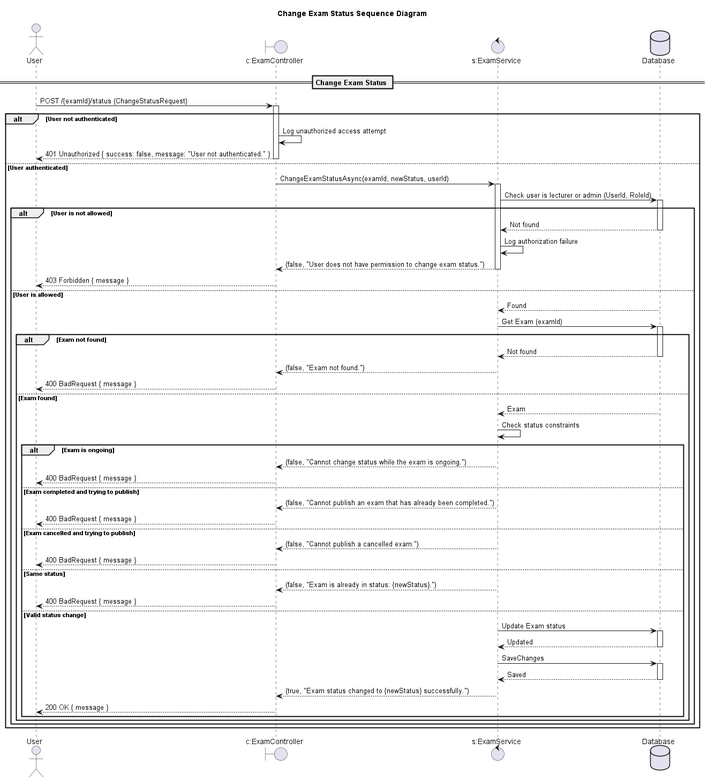
This is design/out/changeexamstatussequencediagram/changeexamstatussequencediagram.png from conghoan1211/AI-Kiosk-Testing-system, a PlantUML export, as it was before one commit. The source it was exported from:
```plantuml
@startuml

title Change Exam Status Sequence Diagram

actor "User" as Client
boundary "c:ExamController" as Controller
control "s:ExamService" as Service
database "Database" as DB

== Change Exam Status ==

Client -> Controller: POST /{examId}/status (ChangeStatusRequest)
activate Controller

alt User not authenticated
    Controller -> Controller: Log unauthorized access attempt
    Controller --> Client: 401 Unauthorized { success: false, message: "User not authenticated." }
    deactivate Controller
else User authenticated
    Controller -> Service: ChangeExamStatusAsync(examId, newStatus, userId)
    activate Service

    Service -> DB: Check user is lecturer or admin (UserId, RoleId)
    activate DB
    alt User is not allowed
        DB --> Service: Not found
        deactivate DB
        Service -> Service: Log authorization failure
        Service --> Controller: (false, "User does not have permission to change exam status.")
        deactivate Service
        Controller --> Client: 403 Forbidden { message }
        deactivate Controller
    else User is allowed
        DB --> Service: Found
        deactivate DB

        Service -> DB: Get Exam (examId)
        activate DB
        alt Exam not found
            DB --> Service: Not found
            deactivate DB
            Service --> Controller: (false, "Exam not found.")
            deactivate Service
            Controller --> Client: 400 BadRequest { message }
            deactivate Controller
        else Exam found
            DB --> Service: Exam
            deactivate DB

            Service -> Service: Check status constraints
            alt Exam is ongoing
                Service --> Controller: (false, "Cannot change status while the exam is ongoing.")
                deactivate Service
                Controller --> Client: 400 BadRequest { message }
                deactivate Controller
            else Exam completed and trying to publish
                Service --> Controller: (false, "Cannot publish an exam that has already been completed.")
                deactivate Service
                Controller --> Client: 400 BadRequest { message }
                deactivate Controller
            else Exam cancelled and trying to publish
                Service --> Controller: (false, "Cannot publish a cancelled exam.")
                deactivate Service
                Controller --> Client: 400 BadRequest { message }
                deactivate Controller
            else Same status
                Service --> Controller: (false, "Exam is already in status: {newStatus}.")
                deactivate Service
                Controller --> Client: 400 BadRequest { message }
                deactivate Controller
            else Valid status change
                Service -> DB: Update Exam status
                activate DB
                DB --> Service: Updated
                deactivate DB
                Service -> DB: SaveChanges
                activate DB
                DB --> Service: Saved
                deactivate DB
                Service --> Controller: (true, "Exam status changed to {newStatus} successfully.")
                deactivate Service
                Controller --> Client: 200 OK { message }
                deactivate Controller
            end alt
        end alt
    end alt
end alt

@enduml
```
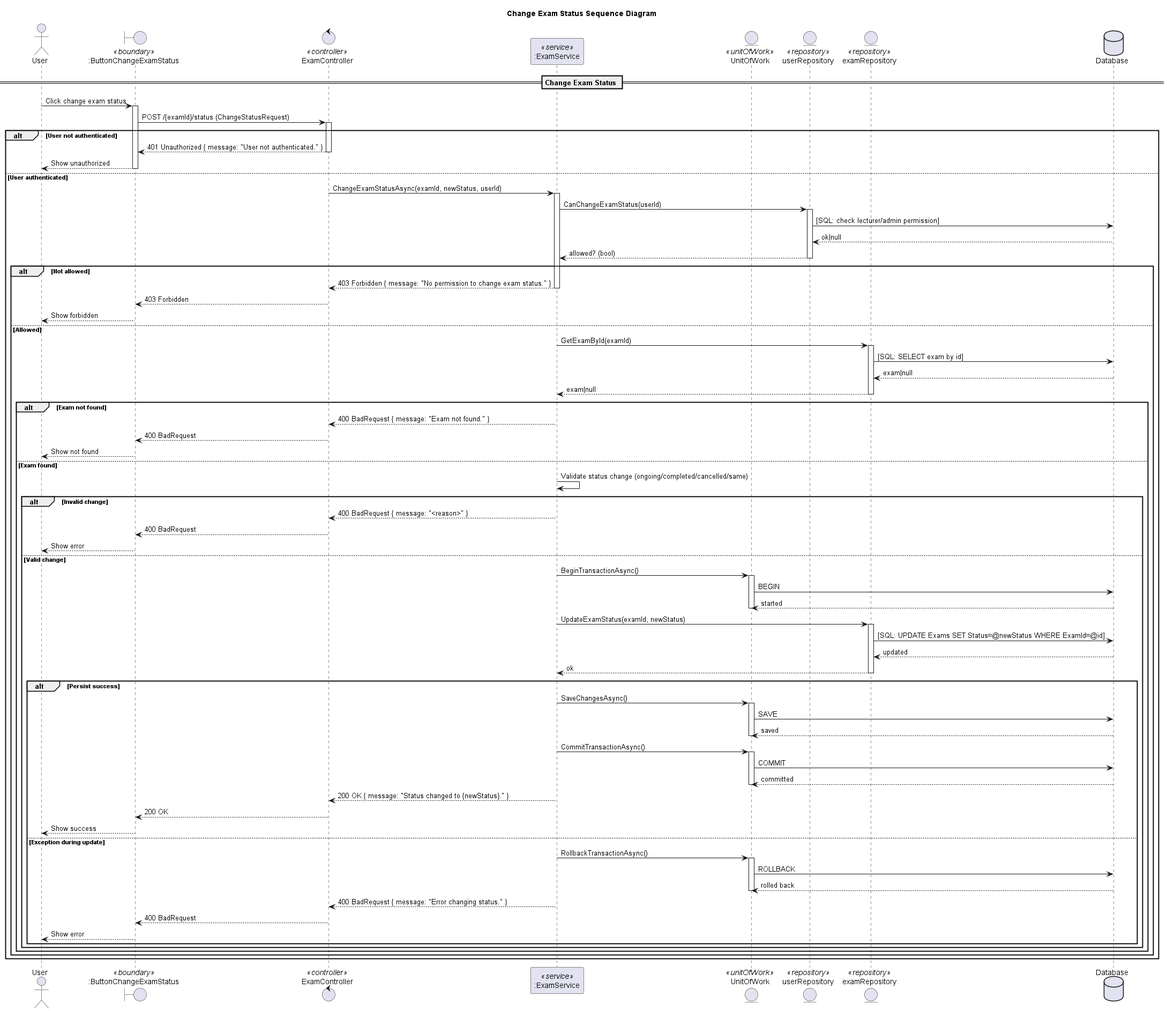
After the change.

Diff of the diagram source:
```diff
@@ -1,89 +1,121 @@
 @startuml
-
 title Change Exam Status Sequence Diagram
 
 actor "User" as Client
-boundary "c:ExamController" as Controller
-control "s:ExamService" as Service
+boundary ":ButtonChangeExamStatus" as UI <<boundary>>
+control "ExamController" as Controller <<controller>>
+participant ":ExamService" as Service <<service>>
+entity "UnitOfWork" as UoW <<unitOfWork>>
+
+entity "userRepository" as UserRepo <<repository>>
+entity "examRepository" as ExamRepo <<repository>>
+
 database "Database" as DB
 
 == Change Exam Status ==
 
-Client -> Controller: POST /{examId}/status (ChangeStatusRequest)
+Client -> UI: Click change exam status
+activate UI
+UI -> Controller: POST /{examId}/status (ChangeStatusRequest)
 activate Controller
 
 alt User not authenticated
-    Controller -> Controller: Log unauthorized access attempt
-    Controller --> Client: 401 Unauthorized { success: false, message: "User not authenticated." }
+  Controller --> UI: 401 Unauthorized { message: "User not authenticated." }
+  deactivate Controller
+  UI --> Client: Show unauthorized
+  deactivate UI
+else User authenticated
+  Controller -> Service: ChangeExamStatusAsync(examId, newStatus, userId)
+  activate Service
+
+  Service -> UserRepo: CanChangeExamStatus(userId)
+  activate UserRepo
+  UserRepo -> DB: [SQL: check lecturer/admin permission]
+  DB --> UserRepo: ok|null
+  UserRepo --> Service: allowed? (bool)
+  deactivate UserRepo
+
+  alt Not allowed
+    Service --> Controller: 403 Forbidden { message: "No permission to change exam status." }
+    deactivate Service
+    Controller --> UI: 403 Forbidden
     deactivate Controller
-else User authenticated
-    Controller -> Service: ChangeExamStatusAsync(examId, newStatus, userId)
-    activate Service
+    UI --> Client: Show forbidden
+    deactivate UI
+  else Allowed
+    Service -> ExamRepo: GetExamById(examId)
+    activate ExamRepo
+    ExamRepo -> DB: [SQL: SELECT exam by id]
+    DB --> ExamRepo: exam|null
+    ExamRepo --> Service: exam|null
+    deactivate ExamRepo
 
-    Service -> DB: Check user is lecturer or admin (UserId, RoleId)
-    activate DB
-    alt User is not allowed
-        DB --> Service: Not found
-        deactivate DB
-        Service -> Service: Log authorization failure
-        Service --> Controller: (false, "User does not have permission to change exam status.")
+    alt Exam not found
+      Service --> Controller: 400 BadRequest { message: "Exam not found." }
+      deactivate Service
+      Controller --> UI: 400 BadRequest
+      deactivate Controller
+      UI --> Client: Show not found
+      deactivate UI
+    else Exam found
+      Service -> Service: Validate status change (ongoing/completed/cancelled/same)
+
+      alt Invalid change
+        Service --> Controller: 400 BadRequest { message: "<reason>" }
         deactivate Service
-        Controller --> Client: 403 Forbidden { message }
+        Controller --> UI: 400 BadRequest
         deactivate Controller
-    else User is allowed
-        DB --> Service: Found
-        deactivate DB
+        UI --> Client: Show error
+        deactivate UI
+      else Valid change
+        Service -> UoW: BeginTransactionAsync()
+        activate UoW
+        UoW -> DB: BEGIN
+        DB --> UoW: started
+        deactivate UoW
 
-        Service -> DB: Get Exam (examId)
-        activate DB
-        alt Exam not found
-            DB --> Service: Not found
-            deactivate DB
-            Service --> Controller: (false, "Exam not found.")
-            deactivate Service
-            Controller --> Client: 400 BadRequest { message }
-            deactivate Controller
-        else Exam found
-            DB --> Service: Exam
-            deactivate DB
+        Service -> ExamRepo: UpdateExamStatus(examId, newStatus)
+        activate ExamRepo
+        ExamRepo -> DB: [SQL: UPDATE Exams SET Status=@newStatus WHERE ExamId=@id]
+        DB --> ExamRepo: updated
+        ExamRepo --> Service: ok
+        deactivate ExamRepo
 
-            Service -> Service: Check status constraints
-            alt Exam is ongoing
-                Service --> Controller: (false, "Cannot change status while the exam is ongoing.")
-                deactivate Service
-                Controller --> Client: 400 BadRequest { message }
-                deactivate Controller
-            else Exam completed and trying to publish
-                Service --> Controller: (false, "Cannot publish an exam that has already been completed.")
-                deactivate Service
-                Controller --> Client: 400 BadRequest { message }
-                deactivate Controller
-            else Exam cancelled and trying to publish
-                Service --> Controller: (false, "Cannot publish a cancelled exam.")
-                deactivate Service
-                Controller --> Client: 400 BadRequest { message }
-                deactivate Controller
-            else Same status
-                Service --> Controller: (false, "Exam is already in status: {newStatus}.")
-                deactivate Service
-                Controller --> Client: 400 BadRequest { message }
-                deactivate Controller
-            else Valid status change
-                Service -> DB: Update Exam status
-                activate DB
-                DB --> Service: Updated
-                deactivate DB
-                Service -> DB: SaveChanges
-                activate DB
-                DB --> Service: Saved
-                deactivate DB
-                Service --> Controller: (true, "Exam status changed to {newStatus} successfully.")
-                deactivate Service
-                Controller --> Client: 200 OK { message }
-                deactivate Controller
-            end alt
+        alt Persist success
+          Service -> UoW: SaveChangesAsync()
+          activate UoW
+          UoW -> DB: SAVE
+          DB --> UoW: saved
+          deactivate UoW
+
+          Service -> UoW: CommitTransactionAsync()
+          activate UoW
+          UoW -> DB: COMMIT
+          DB --> UoW: committed
+          deactivate UoW
+
+          Service --> Controller: 200 OK { message: "Status changed to {newStatus}." }
+          deactivate Service
+          Controller --> UI: 200 OK
+          deactivate Controller
+          UI --> Client: Show success
+          deactivate UI
+        else Exception during update
+          Service -> UoW: RollbackTransactionAsync()
+          activate UoW
+          UoW -> DB: ROLLBACK
+          DB --> UoW: rolled back
+          deactivate UoW
+
+          Service --> Controller: 400 BadRequest { message: "Error changing status." }
+          deactivate Service
+          Controller --> UI: 400 BadRequest
+          deactivate Controller
+          UI --> Client: Show error
+          deactivate UI
         end alt
+      end alt
     end alt
+  end alt
 end alt
-
 @enduml
```
